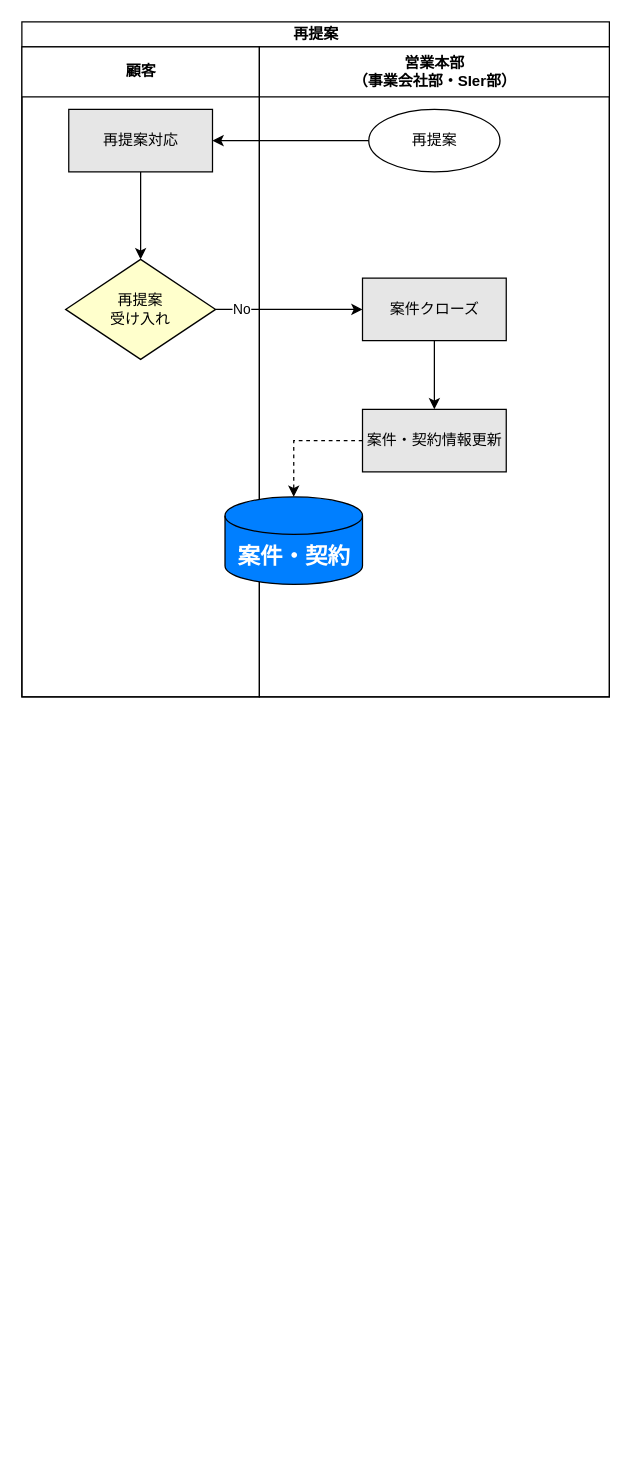
The draw.io diagram page "再提案" (6 of 6) of 20230622To-Be業務フロー図.drawio in TaikiHorita/TaikiRepository, before the edit. Source tidied: cells renumbered, new cells numbered last; positions are measured from the earlier drawing's top-left corner, leaving out a move shared by most shapes. Both pictures are drawn from the tidied source at 125%, with x=0, y=0 at pixel (21, 21).
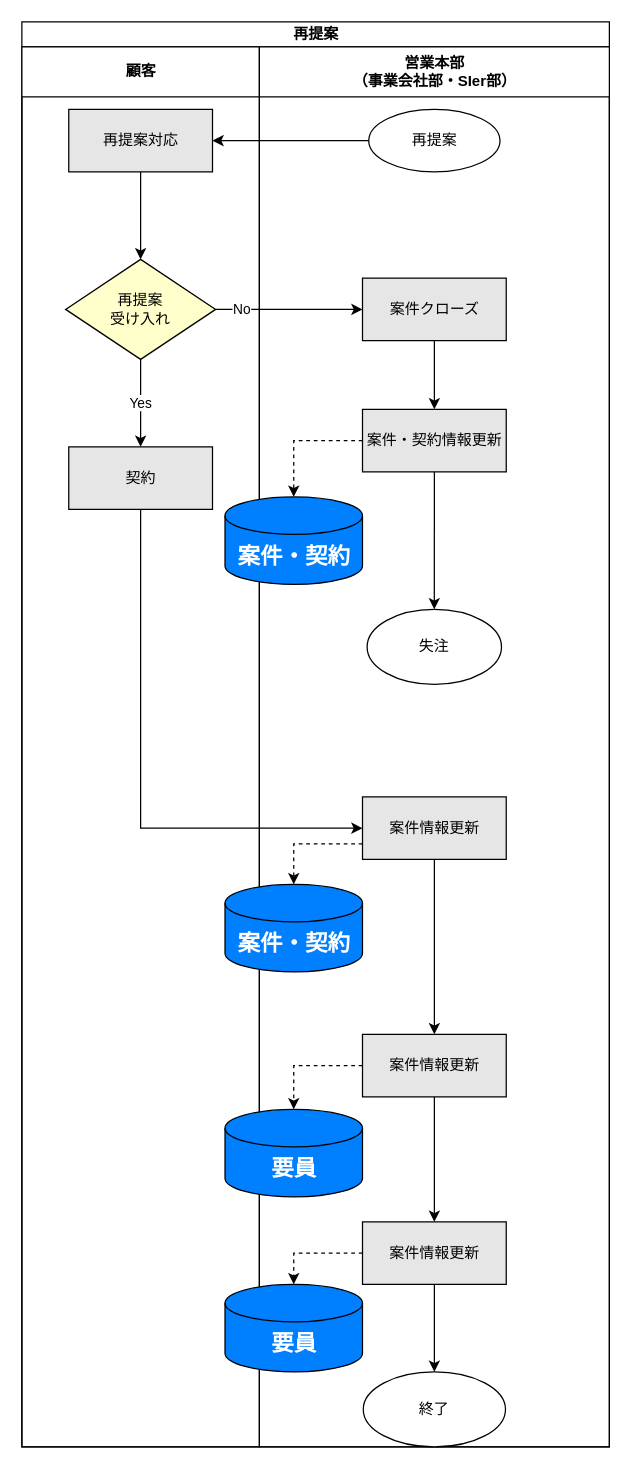
After the change.

The change refers to these unchanged cells:
```xml
<mxCell id="6" value="再提案&lt;br&gt;受け入れ" style="rhombus;whiteSpace=wrap;html=1;fillColor=#FFFFCC;" parent="3" vertex="1">
  <mxGeometry x="35" y="170" width="120" height="80" as="geometry" />
</mxCell>
<mxCell id="12" value="案件・契約情報更新" style="rounded=0;whiteSpace=wrap;html=1;fillColor=#E6E6E6;" parent="7" vertex="1">
  <mxGeometry x="82.5" y="290" width="115" height="50" as="geometry" />
</mxCell>
```

Diff of the diagram source:
```diff
@@
     <mxCell id="2" value="再提案" style="swimlane;startSize=20;html=1;" parent="1" vertex="1">
-      <mxGeometry width="470" height="540" as="geometry" />
+      <mxGeometry width="470" height="1140" as="geometry" />
     </mxCell>
     <mxCell id="3" value="顧客" style="swimlane;startSize=40;html=1;" parent="2" vertex="1">
-      <mxGeometry y="20" width="190" height="520" as="geometry" />
+      <mxGeometry y="20" width="190" height="1120" as="geometry" />
     </mxCell>
@@
+    <mxCell id="16" value="Yes" style="edgeStyle=orthogonalEdgeStyle;rounded=0;jettySize=auto;html=1;exitX=0.5;exitY=1;exitDx=0;exitDy=0;" parent="3" edge="1" source="6" target="17">
+      <mxGeometry relative="1" as="geometry" />
+    </mxCell>
@@
+    <mxCell id="17" value="契約" style="rounded=0;whiteSpace=wrap;html=1;fillColor=#E6E6E6;" parent="3" vertex="1">
+      <mxGeometry x="37.5" y="320" width="115" height="50" as="geometry" />
+    </mxCell>
     <mxCell id="7" value="営業本部&lt;br&gt;（事業会社部・SIer部）" style="swimlane;startSize=40;html=1;" parent="2" vertex="1">
-      <mxGeometry x="190" y="20" width="280" height="520" as="geometry" />
+      <mxGeometry x="190" y="20" width="280" height="1120" as="geometry" />
     </mxCell>
@@
+    <mxCell id="18" style="edgeStyle=orthogonalEdgeStyle;rounded=0;jettySize=auto;html=1;exitX=0.5;exitY=1;exitDx=0;exitDy=0;entryX=0.5;entryY=0;entryDx=0;entryDy=0;" parent="7" edge="1" source="12" target="19">
+      <mxGeometry relative="1" as="geometry" />
+    </mxCell>
@@
+    <mxCell id="19" value="失注" style="ellipse;whiteSpace=wrap;html=1;" parent="7" vertex="1">
+      <mxGeometry x="86.2" y="450" width="107.5" height="60" as="geometry" />
+    </mxCell>
+    <mxCell id="20" style="edgeStyle=orthogonalEdgeStyle;rounded=0;jettySize=auto;html=1;exitX=0;exitY=0.75;exitDx=0;exitDy=0;entryX=0.5;entryY=0;entryDx=0;entryDy=0;entryPerimeter=0;dashed=1;" parent="7" edge="1" source="22" target="23">
+      <mxGeometry relative="1" as="geometry" />
+    </mxCell>
+    <mxCell id="21" style="edgeStyle=orthogonalEdgeStyle;rounded=0;jettySize=auto;html=1;exitX=0.5;exitY=1;exitDx=0;exitDy=0;entryX=0.5;entryY=0;entryDx=0;entryDy=0;" parent="7" edge="1" source="22" target="26">
+      <mxGeometry relative="1" as="geometry" />
+    </mxCell>
+    <mxCell id="22" value="案件情報更新" style="rounded=0;whiteSpace=wrap;html=1;fillColor=#E6E6E6;" parent="7" vertex="1">
+      <mxGeometry x="82.5" y="600" width="115" height="50" as="geometry" />
+    </mxCell>
+    <mxCell id="23" value="&lt;font color=&quot;#ffffff&quot;&gt;&lt;span style=&quot;font-size: 18px;&quot;&gt;&lt;b&gt;案件・契約&lt;/b&gt;&lt;/span&gt;&lt;/font&gt;" style="shape=cylinder3;whiteSpace=wrap;html=1;boundedLbl=1;backgroundOutline=1;size=15;fillColor=#007FFF;" parent="7" vertex="1">
+      <mxGeometry x="-27.5" y="670" width="110" height="70" as="geometry" />
+    </mxCell>
+    <mxCell id="24" style="edgeStyle=orthogonalEdgeStyle;rounded=0;jettySize=auto;html=1;exitX=0;exitY=0.5;exitDx=0;exitDy=0;entryX=0.5;entryY=0;entryDx=0;entryDy=0;entryPerimeter=0;dashed=1;" parent="7" edge="1" source="26" target="27">
+      <mxGeometry relative="1" as="geometry" />
+    </mxCell>
+    <mxCell id="25" style="edgeStyle=orthogonalEdgeStyle;rounded=0;jettySize=auto;html=1;exitX=0.5;exitY=1;exitDx=0;exitDy=0;entryX=0.5;entryY=0;entryDx=0;entryDy=0;" parent="7" edge="1" source="26" target="30">
+      <mxGeometry relative="1" as="geometry" />
+    </mxCell>
+    <mxCell id="26" value="案件情報更新" style="rounded=0;whiteSpace=wrap;html=1;fillColor=#E6E6E6;" parent="7" vertex="1">
+      <mxGeometry x="82.5" y="790" width="115" height="50" as="geometry" />
+    </mxCell>
+    <mxCell id="27" value="&lt;font color=&quot;#ffffff&quot;&gt;&lt;span style=&quot;font-size: 18px;&quot;&gt;&lt;b&gt;要員&lt;/b&gt;&lt;/span&gt;&lt;/font&gt;" style="shape=cylinder3;whiteSpace=wrap;html=1;boundedLbl=1;backgroundOutline=1;size=15;fillColor=#007FFF;" parent="7" vertex="1">
+      <mxGeometry x="-27.5" y="850" width="110" height="70" as="geometry" />
+    </mxCell>
+    <mxCell id="28" style="edgeStyle=orthogonalEdgeStyle;rounded=0;jettySize=auto;html=1;exitX=0;exitY=0.5;exitDx=0;exitDy=0;entryX=0.5;entryY=0;entryDx=0;entryDy=0;entryPerimeter=0;dashed=1;" parent="7" edge="1" source="30" target="31">
+      <mxGeometry relative="1" as="geometry" />
+    </mxCell>
+    <mxCell id="29" style="edgeStyle=orthogonalEdgeStyle;rounded=0;jettySize=auto;html=1;exitX=0.5;exitY=1;exitDx=0;exitDy=0;entryX=0.5;entryY=0;entryDx=0;entryDy=0;" parent="7" edge="1" source="30" target="32">
+      <mxGeometry relative="1" as="geometry" />
+    </mxCell>
+    <mxCell id="30" value="案件情報更新" style="rounded=0;whiteSpace=wrap;html=1;fillColor=#E6E6E6;" parent="7" vertex="1">
+      <mxGeometry x="82.5" y="940" width="115" height="50" as="geometry" />
+    </mxCell>
+    <mxCell id="31" value="&lt;font color=&quot;#ffffff&quot;&gt;&lt;span style=&quot;font-size: 18px;&quot;&gt;&lt;b&gt;要員&lt;/b&gt;&lt;/span&gt;&lt;/font&gt;" style="shape=cylinder3;whiteSpace=wrap;html=1;boundedLbl=1;backgroundOutline=1;size=15;fillColor=#007FFF;" parent="7" vertex="1">
+      <mxGeometry x="-27.5" y="990" width="110" height="70" as="geometry" />
+    </mxCell>
+    <mxCell id="32" value="終了" style="ellipse;whiteSpace=wrap;html=1;" parent="7" vertex="1">
+      <mxGeometry x="83.1" y="1060" width="113.8" height="60" as="geometry" />
+    </mxCell>
@@
+    <mxCell id="33" style="edgeStyle=orthogonalEdgeStyle;rounded=0;jettySize=auto;html=1;exitX=0.5;exitY=1;exitDx=0;exitDy=0;entryX=0;entryY=0.5;entryDx=0;entryDy=0;" parent="2" edge="1" source="17" target="22">
+      <mxGeometry relative="1" as="geometry" />
+    </mxCell>
```
